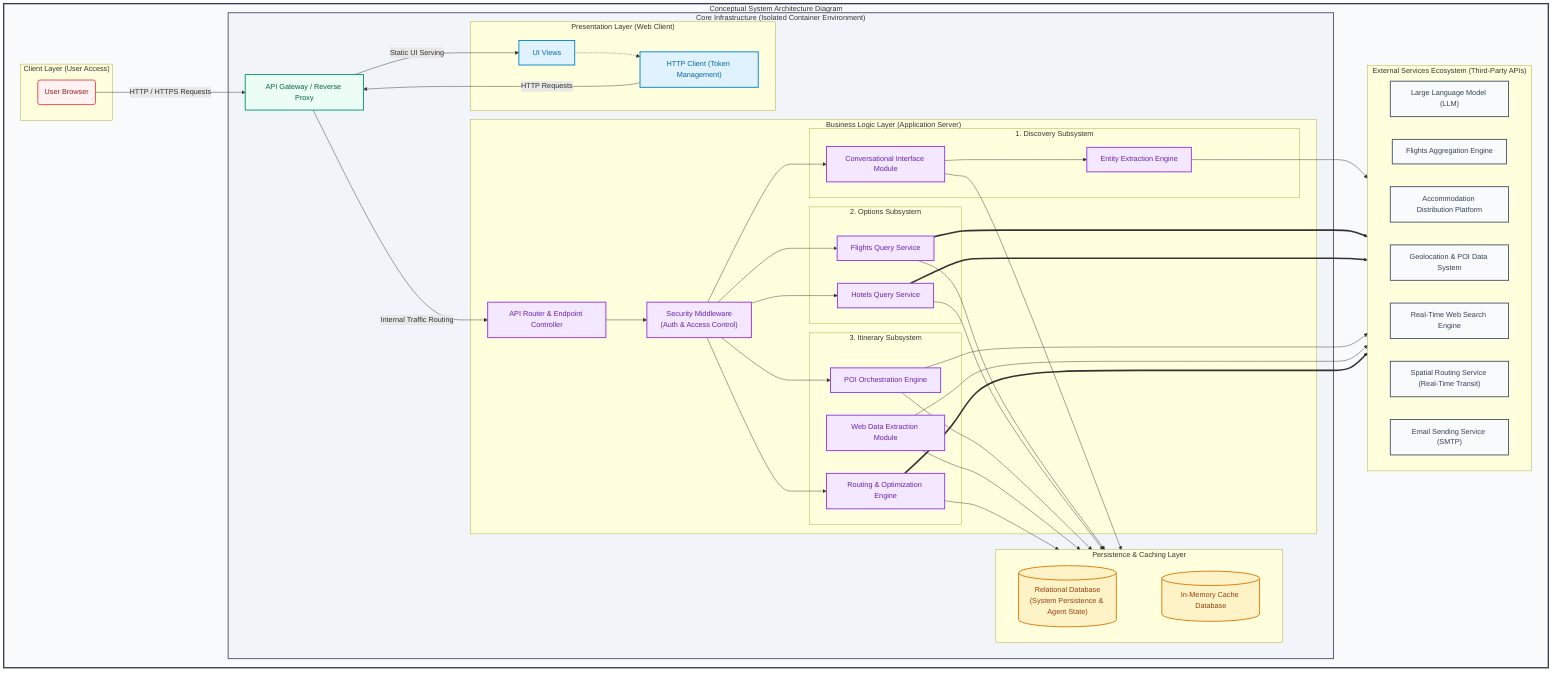
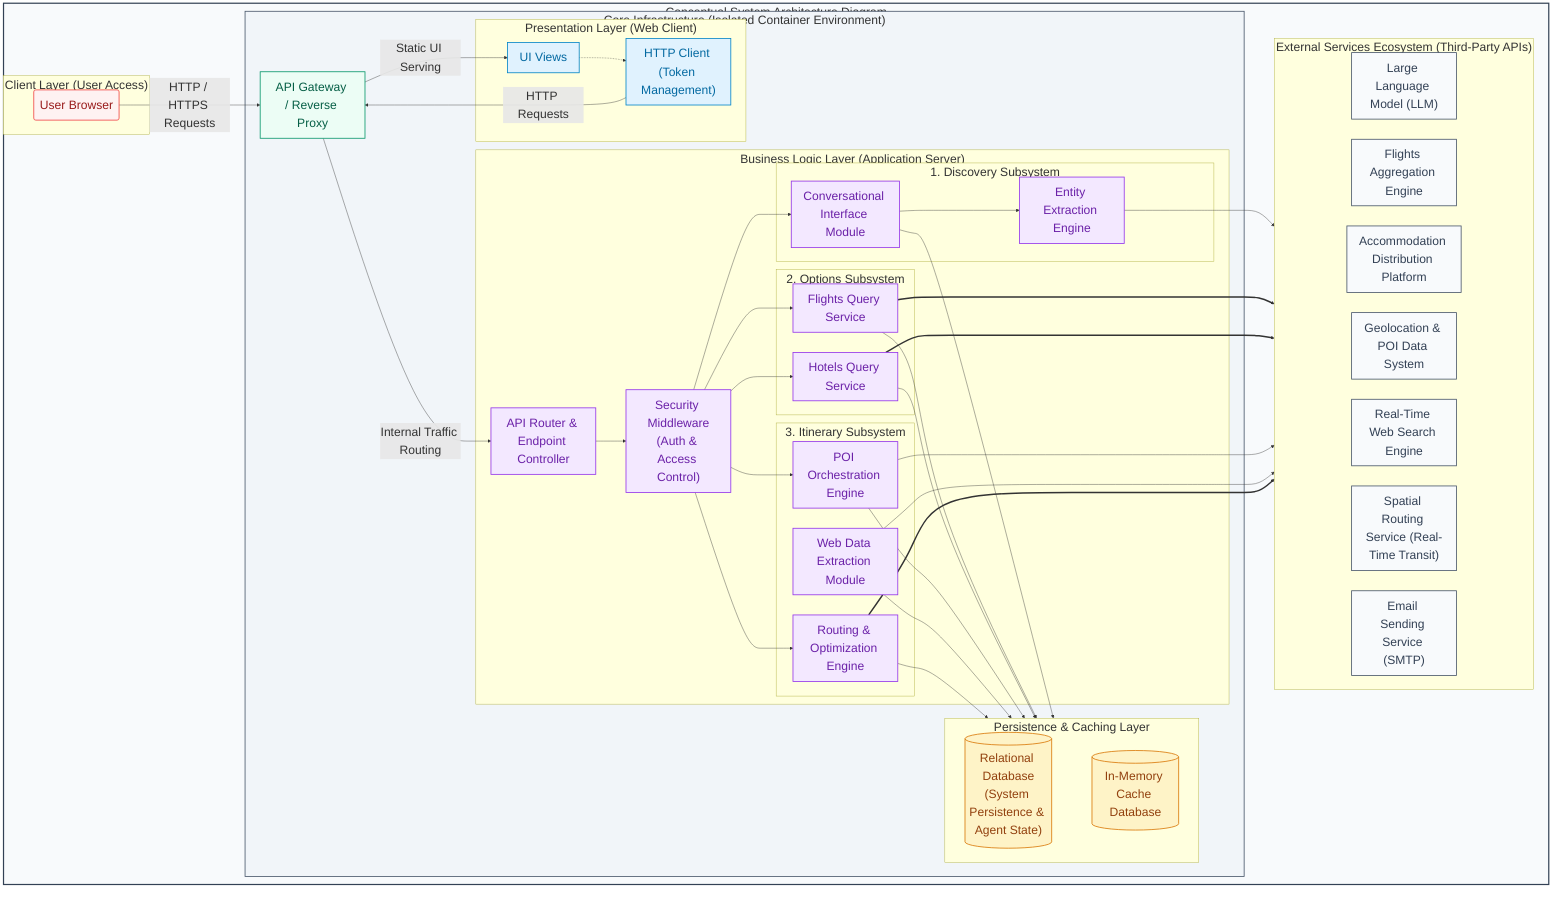
+ %%{init: {'theme':'default','themeVariables': {'fontSize':'30px'}}}%%
+ 
graph TD
    %% --- CONFIGURARE STILURI SI CULORI ---
    classDef user fill:#fef2f2,stroke:#ef4444,stroke-width:2px,color:#991b1b;
    classDef proxy fill:#ecfdf5,stroke:#059669,stroke-width:2px,color:#065f46;
    classDef frontend fill:#e0f2fe,stroke:#0284c7,stroke-width:2px,color:#0369a1;
    classDef backend fill:#f3e8ff,stroke:#9333ea,stroke-width:2px,color:#6b21a8;
    classDef storage fill:#fef3c7,stroke:#d97706,stroke-width:2px,color:#92400e;
    classDef external fill:#f8fafc,stroke:#475569,stroke-width:2px,color:#334155;

    %% ======================================================================
    %% CONTAINERUL MASTER CU FUNDAL STABILIT PENTRU EXPORT
    %% ======================================================================
    subgraph Master_Architecture ["Conceptual System Architecture Diagram"]

        %% --- CLIENT ---
        subgraph Client_Platform ["Client Layer (User Access)"]
            User(User Browser):::user
        end

        %% --- CORE INFRASTRUCTURE ---
        subgraph Docker_Environment ["Core Infrastructure (Isolated Container Environment)"]

            Nginx["API Gateway / Reverse Proxy"]:::proxy

            subgraph Frontend_Container ["Presentation Layer (Web Client)"]
                UI["UI Views"]:::frontend
                APIClient["HTTP Client (Token Management)"]:::frontend
            end

            subgraph Backend_Container ["Business Logic Layer (Application Server)"]

                FastAPIRouter["API Router & Endpoint Controller"]:::backend
                Auth["Security Middleware<br>(Auth & Access Control)"]:::backend

                subgraph Discovery_Module ["1. Discovery Subsystem"]
                    Chat["Conversational Interface Module"]:::backend
                    Extract["Entity Extraction Engine"]:::backend
                end

                subgraph Options_Module ["2. Options Subsystem"]
                    FlightSvc["Flights Query Service"]:::backend
                    HotelSvc["Hotels Query Service"]:::backend
                end

                subgraph Itinerary_Module ["3. Itinerary Subsystem"]
                    Pipeline["POI Orchestration Engine"]:::backend
                    DeepSearch["Web Data Extraction Module"]:::backend
                    ScheduleEngine["Routing & Optimization Engine"]:::backend
                end

            end

            subgraph Storage_Layer ["Persistence & Caching Layer"]
                direction LR
                Postgres[("Relational Database<br>(System Persistence & Agent State)")]:::storage
                Redis[("In-Memory Cache Database")]:::storage
                Postgres ~~~ Redis
            end

        end

        %% --- API-URI EXTERNE ---
        subgraph External_APIs ["External Services Ecosystem (Third-Party APIs)"]
            direction LR
            Gemini["Large Language Model (LLM)"]:::external
            SerpAPI["Flights Aggregation Engine"]:::external
            BookingAPI["Accommodation Distribution Platform"]:::external
            OpenTripMap["Geolocation & POI Data System"]:::external
            Tavily["Real-Time Web Search Engine"]:::external
            DirectionsAPI["Spatial Routing Service (Real-Time Transit)"]:::external
            SMTP["Email Sending Service (SMTP)"]:::external
        end

    end

    %% --- STILIZARE HACK PENTRU FUNDAL CONTAINER MASTER ---
    style Master_Architecture fill:#f8fafc,stroke:#334155,stroke-width:3px;
    style Docker_Environment fill:#f1f5f9,stroke:#475569,stroke-width:2px;

    %% ======================================================================
    %% RUTE SI FLUXURI DE DATE
    %% ======================================================================

    User -->|HTTP / HTTPS Requests| Nginx
    Nginx -->|Static UI Serving| UI

    UI -.-> APIClient

    APIClient -->|HTTP Requests| Nginx
    Nginx -->|Internal Traffic Routing| FastAPIRouter

    FastAPIRouter --> Auth

    Auth --> Chat
    Auth --> FlightSvc
    Auth --> HotelSvc
    Auth --> Pipeline
    Auth --> ScheduleEngine

    Chat --> Storage_Layer
    FlightSvc --> Storage_Layer
    HotelSvc --> Storage_Layer
    Pipeline --> Storage_Layer
    DeepSearch --> Storage_Layer
    ScheduleEngine --> Storage_Layer

    Chat --> Extract

    Extract --> External_APIs
    FlightSvc ==> External_APIs
    HotelSvc ==> External_APIs
    Pipeline --> External_APIs
    DeepSearch --> External_APIs
    ScheduleEngine ==> External_APIs